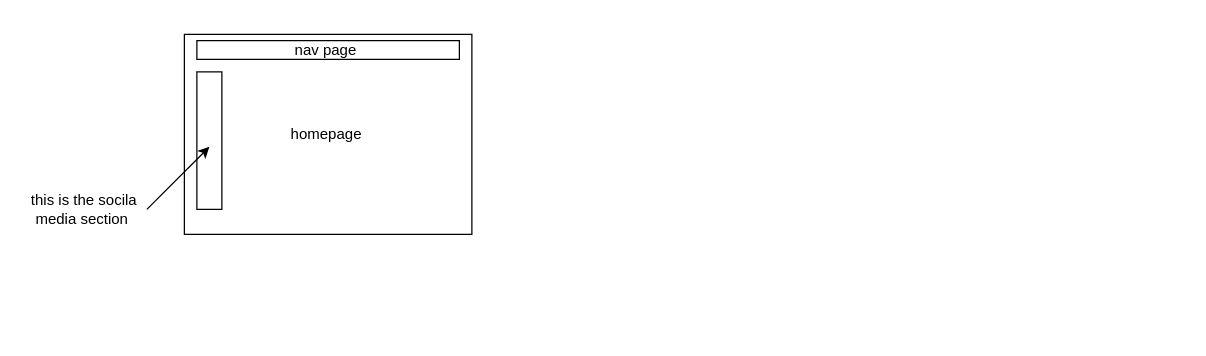
Above: Driving School Management System/Forms/help.drawio in IsaacBh1/Driving-school-Management-System (draw.io), before the change. Source tidied: cells renumbered, new cells numbered last; positions are measured from the earlier drawing's top-left corner, leaving out a move shared by most shapes. Both pictures are drawn from the tidied source at 125%, with x=0, y=0 at pixel (21, 34).
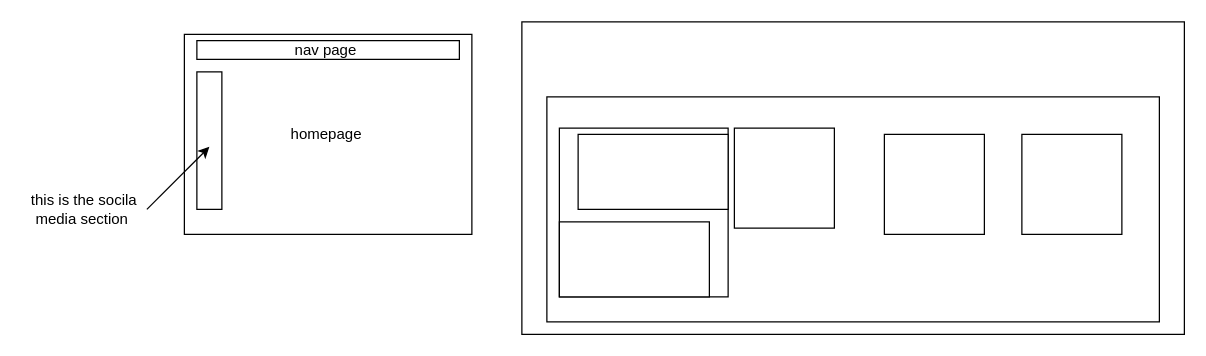
The same page after the edit.

The edit, as a diff of the source:
```diff
@@
 <mxGraphModel>
   <root>
     <mxCell id="0" />
     <mxCell id="1" parent="0" />
     <mxCell id="2" style="rounded=0;whiteSpace=wrap;html=1;" parent="1" vertex="1">
       <mxGeometry x="130" width="230" height="160" as="geometry" />
     </mxCell>
     <mxCell id="3" value="homepage&amp;nbsp;" style="text;html=1;strokeColor=none;fillColor=none;align=center;verticalAlign=middle;whiteSpace=wrap;rounded=0;" parent="1" vertex="1">
       <mxGeometry x="202.5" y="65" width="85" height="30" as="geometry" />
     </mxCell>
     <mxCell id="4" style="rounded=0;whiteSpace=wrap;html=1;" parent="1" vertex="1">
       <mxGeometry x="140" y="30" width="20" height="110" as="geometry" />
     </mxCell>
     <mxCell id="5" value="nav page&amp;nbsp;" style="rounded=0;whiteSpace=wrap;html=1;" parent="1" vertex="1">
       <mxGeometry x="140" y="5" width="210" height="15" as="geometry" />
     </mxCell>
     <mxCell id="6" style="endArrow=classic;html=1;" parent="1" edge="1">
       <mxGeometry relative="1" as="geometry">
         <mxPoint x="100" y="140" as="sourcePoint" />
         <mxPoint x="150" y="90" as="targetPoint" />
       </mxGeometry>
     </mxCell>
     <mxCell id="7" value="this is the socila media section&amp;nbsp;" style="text;html=1;strokeColor=none;fillColor=none;align=center;verticalAlign=middle;whiteSpace=wrap;rounded=0;" parent="1" vertex="1">
       <mxGeometry y="95" width="100" height="90" as="geometry" />
     </mxCell>
+    <mxCell id="8" style="rounded=0;whiteSpace=wrap;html=1;" parent="1" vertex="1">
+      <mxGeometry x="400" y="-10" width="530" height="250" as="geometry" />
+    </mxCell>
+    <mxCell id="9" style="rounded=0;whiteSpace=wrap;html=1;" parent="1" vertex="1">
+      <mxGeometry x="420" y="50" width="490" height="180" as="geometry" />
+    </mxCell>
+    <mxCell id="10" style="whiteSpace=wrap;html=1;" parent="1" vertex="1">
+      <mxGeometry x="430" y="75" width="135" height="135" as="geometry" />
+    </mxCell>
+    <mxCell id="11" style="whiteSpace=wrap;html=1;" parent="1" vertex="1">
+      <mxGeometry x="800" y="80" width="80" height="80" as="geometry" />
+    </mxCell>
+    <mxCell id="12" style="whiteSpace=wrap;html=1;" parent="1" vertex="1">
+      <mxGeometry x="690" y="80" width="80" height="80" as="geometry" />
+    </mxCell>
+    <mxCell id="13" style="whiteSpace=wrap;html=1;" parent="1" vertex="1">
+      <mxGeometry x="570" y="75" width="80" height="80" as="geometry" />
+    </mxCell>
+    <mxCell id="14" style="rounded=0;whiteSpace=wrap;html=1;" parent="1" vertex="1">
+      <mxGeometry x="445" y="80" width="120" height="60" as="geometry" />
+    </mxCell>
+    <mxCell id="15" style="rounded=0;whiteSpace=wrap;html=1;" parent="1" vertex="1">
+      <mxGeometry x="430" y="150" width="120" height="60" as="geometry" />
+    </mxCell>
   </root>
 </mxGraphModel>
```
